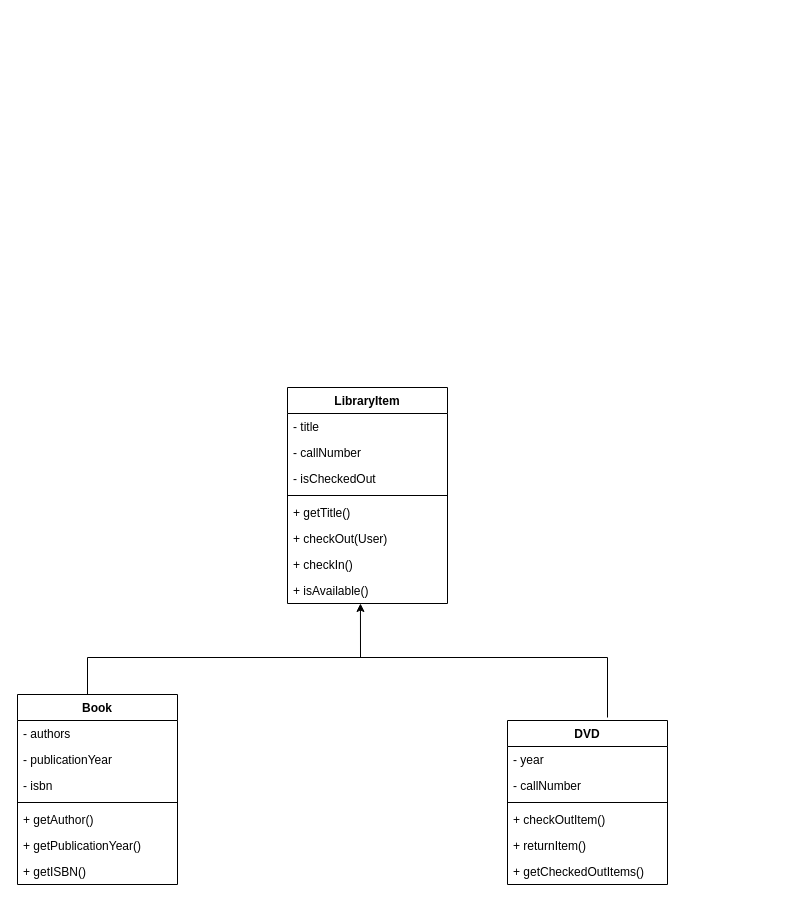
Earlier version of the draw.io diagram Lab-5/Brook library UML.drawio (orchlonn/CS-380). Source tidied: cells renumbered, new cells numbered last; positions are measured from the earlier drawing's top-left corner, leaving out a move shared by most shapes. Both pictures are drawn from the tidied source at 100%, with x=0, y=0 at pixel (17, 387).
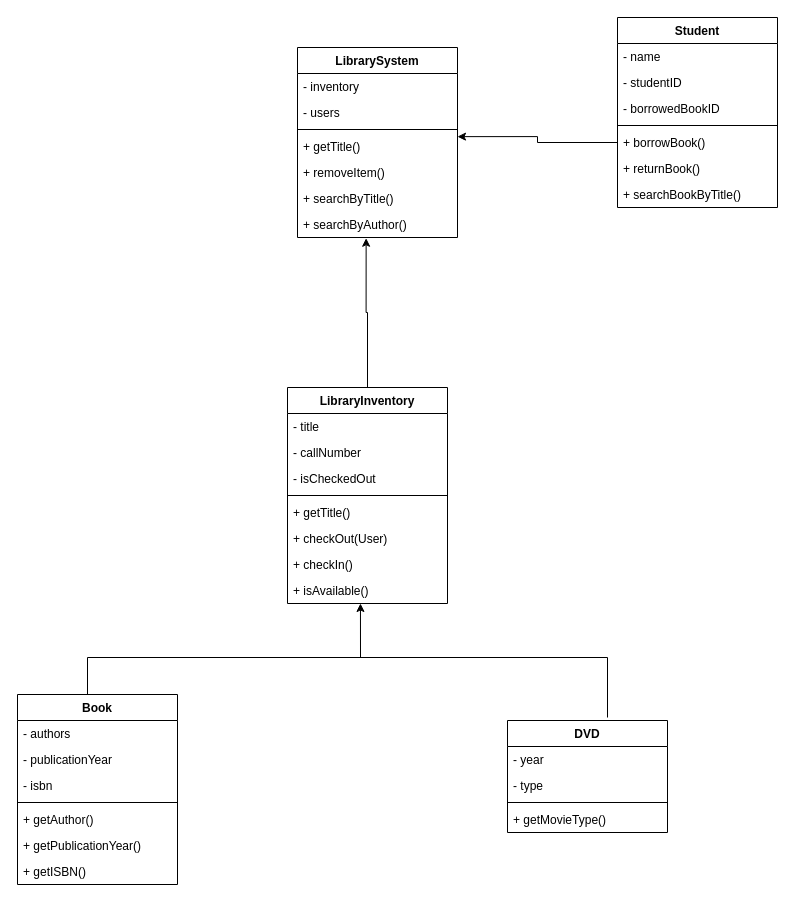
The same page after the edit.

The edit, as a diff of the source:
```diff
@@
-    <mxCell id="2" value="LibraryItem" style="swimlane;fontStyle=1;align=center;verticalAlign=top;horizontal=1;startSize=26;whiteSpace=wrap;html=1;" parent="1" vertex="1">
+    <mxCell id="2" value="LibraryInventory" style="swimlane;fontStyle=1;align=center;verticalAlign=top;horizontal=1;startSize=26;whiteSpace=wrap;html=1;" parent="1" vertex="1">
       <mxGeometry x="270" width="160" height="216" as="geometry" />
     </mxCell>
@@
     <mxCell id="19" value="DVD" style="swimlane;fontStyle=1;align=center;verticalAlign=top;horizontal=1;startSize=26;whiteSpace=wrap;html=1;" parent="1" vertex="1">
-      <mxGeometry x="490" y="333" width="160" height="164" as="geometry" />
+      <mxGeometry x="490" y="333" width="160" height="112" as="geometry" />
     </mxCell>
@@
-    <mxCell id="21" value="- callNumber" style="text;strokeColor=none;fillColor=none;align=left;verticalAlign=top;spacingLeft=4;spacingRight=4;overflow=hidden;whiteSpace=wrap;html=1;" parent="19" vertex="1">
+    <mxCell id="21" value="- type" style="text;strokeColor=none;fillColor=none;align=left;verticalAlign=top;spacingLeft=4;spacingRight=4;overflow=hidden;whiteSpace=wrap;html=1;" parent="19" vertex="1">
       <mxGeometry y="52" width="160" height="26" as="geometry" />
     </mxCell>
@@
-    <mxCell id="23" value="+ checkOutItem()" style="text;strokeColor=none;fillColor=none;align=left;verticalAlign=top;spacingLeft=4;spacingRight=4;overflow=hidden;whiteSpace=wrap;html=1;" parent="19" vertex="1">
+    <mxCell id="23" value="+ getMovieType()" style="text;strokeColor=none;fillColor=none;align=left;verticalAlign=top;spacingLeft=4;spacingRight=4;overflow=hidden;whiteSpace=wrap;html=1;" parent="19" vertex="1">
       <mxGeometry y="86" width="160" height="26" as="geometry" />
     </mxCell>
-    <mxCell id="24" value="+ returnItem()" style="text;strokeColor=none;fillColor=none;align=left;verticalAlign=top;spacingLeft=4;spacingRight=4;overflow=hidden;whiteSpace=wrap;html=1;" parent="19" vertex="1">
-      <mxGeometry y="112" width="160" height="26" as="geometry" />
-    </mxCell>
-    <mxCell id="25" value="+ getCheckedOutItems()" style="text;strokeColor=none;fillColor=none;align=left;verticalAlign=top;spacingLeft=4;spacingRight=4;overflow=hidden;whiteSpace=wrap;html=1;" parent="19" vertex="1">
-      <mxGeometry y="138" width="160" height="26" as="geometry" />
-    </mxCell>
@@
+    <mxCell id="28" value="LibrarySystem" style="swimlane;fontStyle=1;align=center;verticalAlign=top;horizontal=1;startSize=26;whiteSpace=wrap;html=1;" parent="1" vertex="1">
+      <mxGeometry x="280" y="-340" width="160" height="190" as="geometry" />
+    </mxCell>
+    <mxCell id="29" value="- inventory" style="text;strokeColor=none;fillColor=none;align=left;verticalAlign=top;spacingLeft=4;spacingRight=4;overflow=hidden;whiteSpace=wrap;html=1;" parent="28" vertex="1">
+      <mxGeometry y="26" width="160" height="26" as="geometry" />
+    </mxCell>
+    <mxCell id="30" value="- users" style="text;strokeColor=none;fillColor=none;align=left;verticalAlign=top;spacingLeft=4;spacingRight=4;overflow=hidden;whiteSpace=wrap;html=1;" parent="28" vertex="1">
+      <mxGeometry y="52" width="160" height="26" as="geometry" />
+    </mxCell>
+    <mxCell id="31" style="line;strokeWidth=1;fillColor=none;align=left;verticalAlign=middle;spacingTop=-1;spacingLeft=3;spacingRight=3;labelPosition=right;strokeColor=inherit;" parent="28" vertex="1">
+      <mxGeometry y="78" width="160" height="8" as="geometry" />
+    </mxCell>
+    <mxCell id="32" value="+ getTitle()" style="text;strokeColor=none;fillColor=none;align=left;verticalAlign=top;spacingLeft=4;spacingRight=4;overflow=hidden;points=[[0,0.5],[1,0.5]];portConstraint=eastwest;whiteSpace=wrap;html=1;" parent="28" vertex="1">
+      <mxGeometry y="86" width="160" height="26" as="geometry" />
+    </mxCell>
+    <mxCell id="33" value="+ removeItem()" style="text;strokeColor=none;fillColor=none;align=left;verticalAlign=top;spacingLeft=4;spacingRight=4;overflow=hidden;whiteSpace=wrap;html=1;" parent="28" vertex="1">
+      <mxGeometry y="112" width="160" height="26" as="geometry" />
+    </mxCell>
+    <mxCell id="34" value="+ searchByTitle()" style="text;strokeColor=none;fillColor=none;align=left;verticalAlign=top;spacingLeft=4;spacingRight=4;overflow=hidden;whiteSpace=wrap;html=1;" parent="28" vertex="1">
+      <mxGeometry y="138" width="160" height="26" as="geometry" />
+    </mxCell>
+    <mxCell id="35" value="+ searchByAuthor()" style="text;strokeColor=none;fillColor=none;align=left;verticalAlign=top;spacingLeft=4;spacingRight=4;overflow=hidden;points=[[0,0.5],[1,0.5]];portConstraint=eastwest;whiteSpace=wrap;html=1;" parent="28" vertex="1">
+      <mxGeometry y="164" width="160" height="26" as="geometry" />
+    </mxCell>
+    <mxCell id="36" style="edgeStyle=orthogonalEdgeStyle;rounded=0;jettySize=auto;html=1;entryX=0.429;entryY=1.029;entryDx=0;entryDy=0;entryPerimeter=0;" parent="1" edge="1" source="2" target="35">
+      <mxGeometry relative="1" as="geometry" />
+    </mxCell>
+    <mxCell id="37" value="Student" style="swimlane;fontStyle=1;align=center;verticalAlign=top;horizontal=1;startSize=26;whiteSpace=wrap;html=1;" parent="1" vertex="1">
+      <mxGeometry x="600" y="-370" width="160" height="190" as="geometry" />
+    </mxCell>
+    <mxCell id="38" value="- name" style="text;strokeColor=none;fillColor=none;align=left;verticalAlign=top;spacingLeft=4;spacingRight=4;overflow=hidden;whiteSpace=wrap;html=1;" parent="37" vertex="1">
+      <mxGeometry y="26" width="160" height="26" as="geometry" />
+    </mxCell>
+    <mxCell id="39" value="- studentID" style="text;strokeColor=none;fillColor=none;align=left;verticalAlign=top;spacingLeft=4;spacingRight=4;overflow=hidden;whiteSpace=wrap;html=1;" parent="37" vertex="1">
+      <mxGeometry y="52" width="160" height="26" as="geometry" />
+    </mxCell>
+    <mxCell id="40" value="- borrowedBookID" style="text;strokeColor=none;fillColor=none;align=left;verticalAlign=top;spacingLeft=4;spacingRight=4;overflow=hidden;whiteSpace=wrap;html=1;" parent="37" vertex="1">
+      <mxGeometry y="78" width="160" height="26" as="geometry" />
+    </mxCell>
+    <mxCell id="41" style="line;strokeWidth=1;fillColor=none;align=left;verticalAlign=middle;spacingTop=-1;spacingLeft=3;spacingRight=3;labelPosition=right;strokeColor=inherit;" parent="37" vertex="1">
+      <mxGeometry y="104" width="160" height="8" as="geometry" />
+    </mxCell>
+    <mxCell id="42" value="+ borrowBook()" style="text;strokeColor=none;fillColor=none;align=left;verticalAlign=top;spacingLeft=4;spacingRight=4;overflow=hidden;points=[[0,0.5],[1,0.5]];portConstraint=eastwest;whiteSpace=wrap;html=1;" parent="37" vertex="1">
+      <mxGeometry y="112" width="160" height="26" as="geometry" />
+    </mxCell>
+    <mxCell id="43" value="+ returnBook()" style="text;strokeColor=none;fillColor=none;align=left;verticalAlign=top;spacingLeft=4;spacingRight=4;overflow=hidden;whiteSpace=wrap;html=1;" parent="37" vertex="1">
+      <mxGeometry y="138" width="160" height="26" as="geometry" />
+    </mxCell>
+    <mxCell id="44" value="+ searchBookByTitle()" style="text;strokeColor=none;fillColor=none;align=left;verticalAlign=top;spacingLeft=4;spacingRight=4;overflow=hidden;whiteSpace=wrap;html=1;" parent="37" vertex="1">
+      <mxGeometry y="164" width="160" height="26" as="geometry" />
+    </mxCell>
+    <mxCell id="45" style="edgeStyle=orthogonalEdgeStyle;rounded=0;jettySize=auto;html=1;entryX=1;entryY=0.121;entryDx=0;entryDy=0;entryPerimeter=0;" parent="1" edge="1" source="42" target="32">
+      <mxGeometry relative="1" as="geometry" />
+    </mxCell>
```
